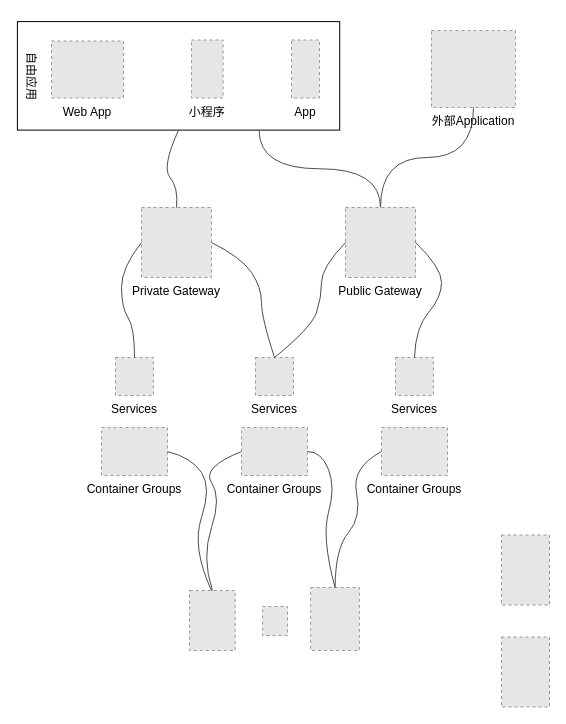
Before: costco_infra.drawio in luss613/draw.io, a draw.io diagram. Source tidied: cells renumbered, new cells numbered last; positions are measured from the earlier drawing's top-left corner, leaving out a move shared by most shapes. Both pictures are drawn from the tidied source at 100%, with x=0, y=0 at pixel (51, -86). Pictures stored in the file or linked from it are replaced by grey dashed boxes.
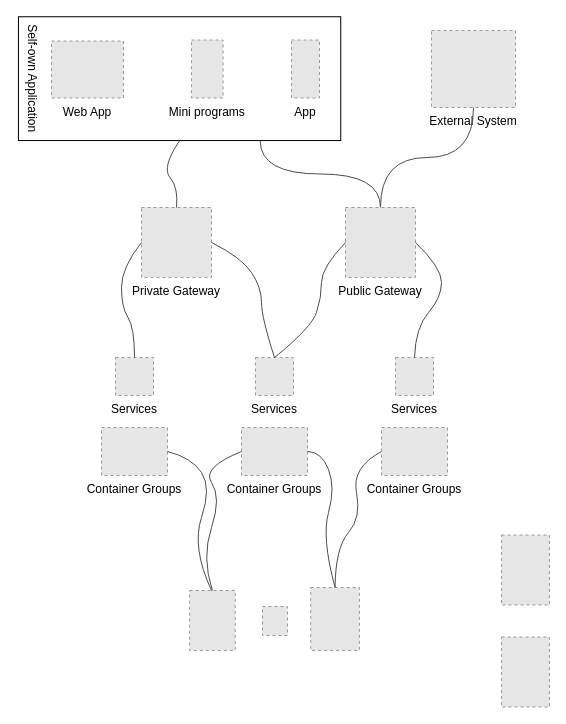
After the change.

What changed in the source:
```diff
@@
-    <mxCell id="2" value="自由应用" style="rounded=0;whiteSpace=wrap;html=1;align=center;rotation=90;verticalAlign=bottom;spacingBottom=5;" parent="1" vertex="1">
-      <mxGeometry x="72.8" y="0.2" width="108.5" height="322.3" as="geometry" />
+    <mxCell id="2" value="Self-own Application" style="rounded=0;whiteSpace=wrap;html=1;align=center;rotation=90;verticalAlign=bottom;spacingBottom=5;" parent="1" vertex="1">
+      <mxGeometry x="66.2" y="3" width="123.8" height="322.3" as="geometry" />
     </mxCell>
-    <mxCell id="3" value="外部Application" style="fillColor=#E6E6E6;strokeColor=#999999;dashed=1;verticalLabelPosition=bottom;labelBackgroundColor=#ffffff;verticalAlign=top;" parent="1" vertex="1">
+    <mxCell id="3" value="External System" style="fillColor=#E6E6E6;strokeColor=#999999;dashed=1;verticalLabelPosition=bottom;labelBackgroundColor=#ffffff;verticalAlign=top;" parent="1" vertex="1">
       <mxGeometry x="380" y="116" width="84" height="77" as="geometry" />
     </mxCell>
-    <mxCell id="4" value="小程序" style="fillColor=#E6E6E6;strokeColor=#999999;dashed=1;verticalLabelPosition=bottom;labelBackgroundColor=#ffffff;verticalAlign=top;" parent="1" vertex="1">
+    <mxCell id="4" value="Mini programs" style="fillColor=#E6E6E6;strokeColor=#999999;dashed=1;verticalLabelPosition=bottom;labelBackgroundColor=#ffffff;verticalAlign=top;" parent="1" vertex="1">
       <mxGeometry x="140" y="125.5" width="31.6" height="58" as="geometry" />
     </mxCell>
```
